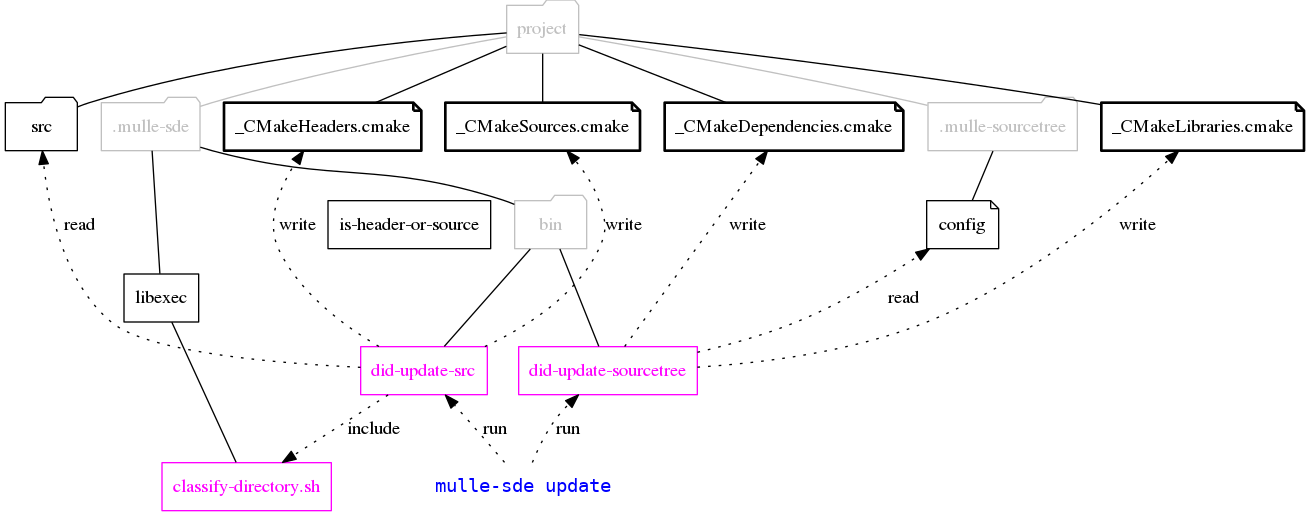
This is dox/mulle-sde-update.png from mulle-sde/mulle-sde, a Graphviz export, as it was before one commit. Its source is kept beside it as dox/mulle-sde-update.dot.
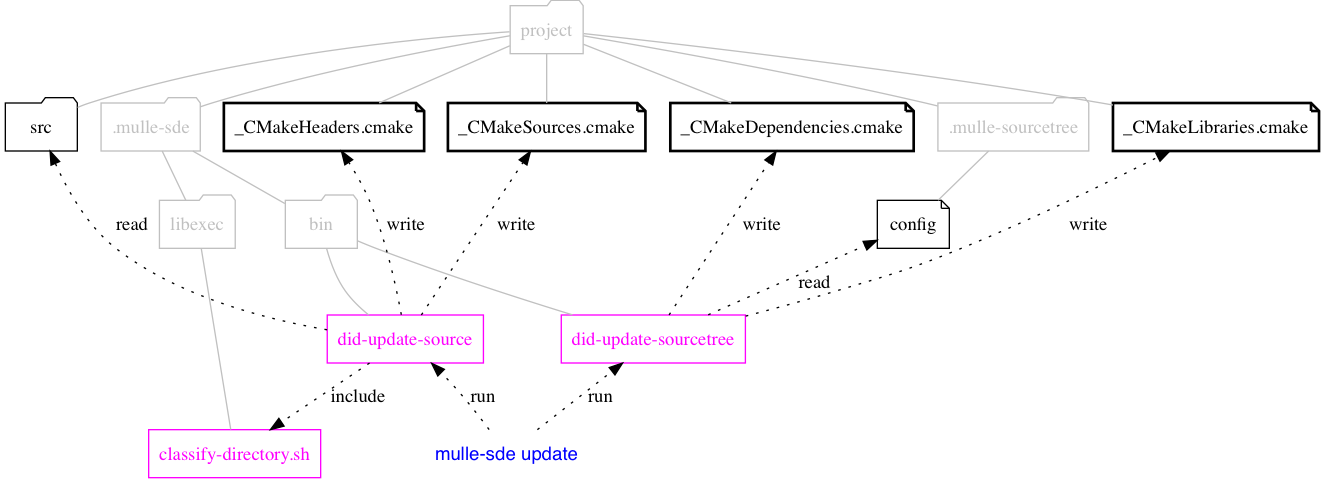
The same diagram one commit later.

Change to the diagram source:
```diff
@@ -8,7 +8,7 @@
     { rank = same;  "src", ".mulle-sde" ".mulle-sourcetree", "_CMakeHeaders.cmake", "_CMakeSources.cmake", "_CMakeLibraries.cmake", "_CMakeDependencies.cmake"};
     { rank = same;  "bin", "libexec", "config"}
     { rank = same;  "classify-directory.sh" };
-    { rank = same;  "did-update-src", "did-update-sourcetree" };
+    { rank = same;  "did-update-source", "did-update-sourcetree" };
     { rank = last;  "mulle-sde update" };
 
     "_CMakeHeaders.cmake"      [ shape="note", penwidth="2" ]
@@ -16,7 +16,7 @@
     "_CMakeDependencies.cmake" [ shape="note", penwidth="2" ]
     "_CMakeLibraries.cmake"    [ shape="note", penwidth="2" ]
 
-    "did-update-src"           [ shape="box", color="magenta", fontcolor="magenta" ]
+    "did-update-source"        [ shape="box", color="magenta", fontcolor="magenta" ]
     "did-update-sourcetree"    [ shape="box", color="magenta", fontcolor="magenta" ]
     "classify-directory.sh"    [ shape="box", color="magenta", fontcolor="magenta" ]
 
@@ -37,13 +37,13 @@
     "config"            [ shape="note" ]
 
     "mulle-sde update"  [ shape="none", fontname="monospace", fontcolor="blue"]
-    "did-update-src"        -> "mulle-sde update"   [ style="invis" ]
+    "did-update-source"        -> "mulle-sde update"   [ style="invis" ]
     "did-update-sourcetree" -> "mulle-sde update"   [ style="invis" ]
 
 
     ".mulle-sde" -> "bin"
     ".mulle-sde" -> "libexec"
-    "bin"  -> "did-update-src"
+    "bin"  -> "did-update-source"
     "bin"  -> "did-update-sourcetree"
     "libexec"  -> "classify-directory.sh"
 
@@ -51,16 +51,16 @@
 
     edge[ arrowhead="", style="dotted", color="black" ]
 
-    "mulle-sde update"  -> "did-update-src"        [ label="run" ]
+    "mulle-sde update"  -> "did-update-source"        [ label="run" ]
     "mulle-sde update"  -> "did-update-sourcetree" [ label="run"]
 
-    "did-update-src" -> "_CMakeHeaders.cmake"      [ label="write" ]
-    "did-update-src" -> "_CMakeSources.cmake"      [ label="write" ]
-    "did-update-src" -> "classify-directory.sh"    [ label="include" ]
+    "did-update-source" -> "_CMakeHeaders.cmake"      [ label="write" ]
+    "did-update-source" -> "_CMakeSources.cmake"      [ label="write" ]
+    "did-update-source" -> "classify-directory.sh"    [ label="include" ]
 
     "did-update-sourcetree" -> "_CMakeDependencies.cmake" [ label="write" ]
     "did-update-sourcetree" -> "_CMakeLibraries.cmake"    [ label="write" ]
 
-    "did-update-src"        -> "src"       [ label="read" ]
+    "did-update-source"        -> "src"       [ label="read" ]
     "did-update-sourcetree" -> "config"    [ label="read" ]
 }
```
